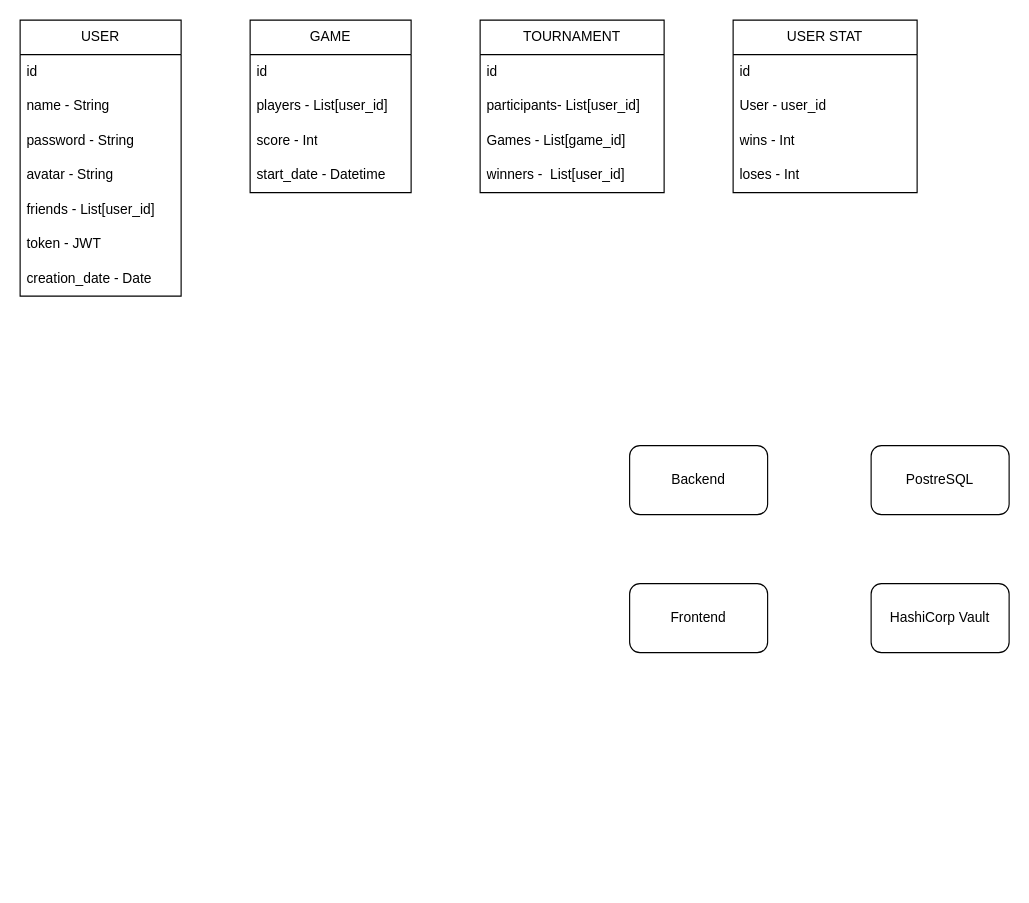
The draw.io diagram docs/arch.drawio in vasilisalmpanis/ft_trancendence, before the edit. Source tidied: cells renumbered, new cells numbered last; positions are measured from the earlier drawing's top-left corner, leaving out a move shared by most shapes. Both pictures are drawn from the tidied source at 115%, with x=0, y=0 at pixel (20, 20).
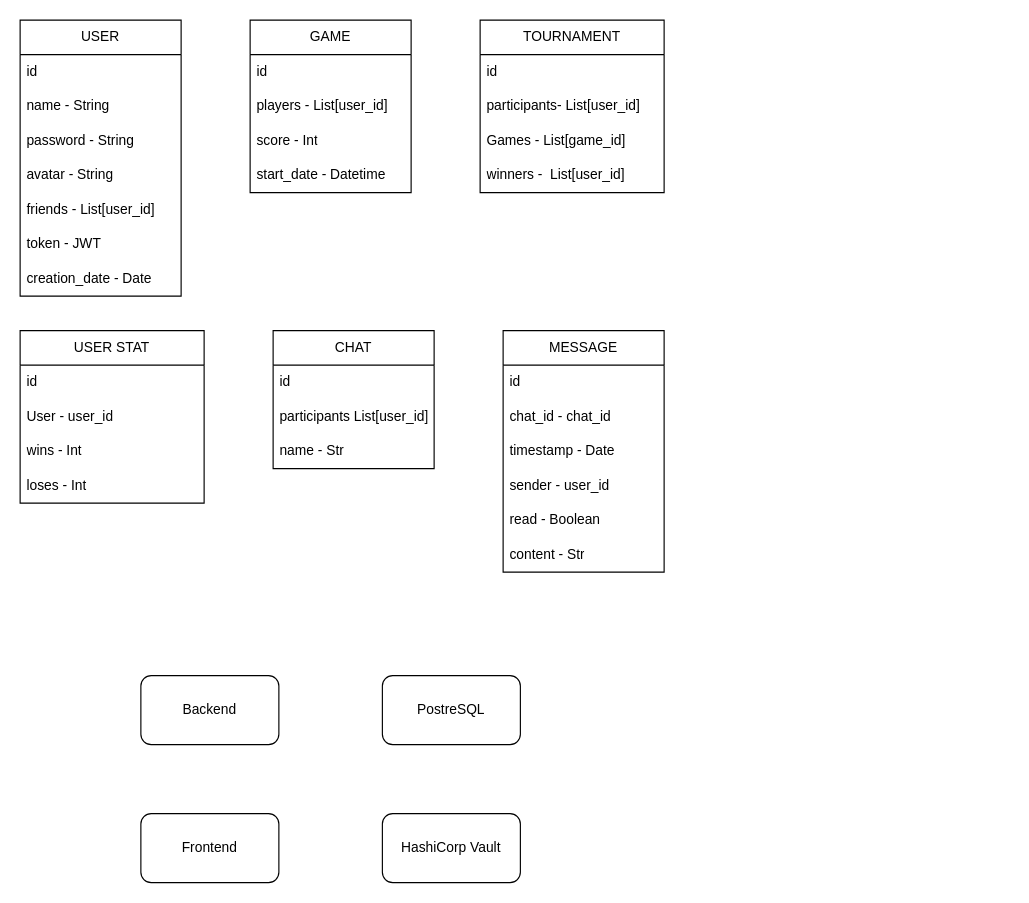
The same diagram, later.

What changed in the source:
```diff
@@
     <mxCell id="2" value="PostreSQL" style="rounded=1;whiteSpace=wrap;html=1;" parent="1" vertex="1">
-      <mxGeometry x="740" y="370" width="120" height="60" as="geometry" />
+      <mxGeometry x="315" y="570" width="120" height="60" as="geometry" />
     </mxCell>
     <mxCell id="3" value="Backend" style="rounded=1;whiteSpace=wrap;html=1;" parent="1" vertex="1">
-      <mxGeometry x="530" y="370" width="120" height="60" as="geometry" />
+      <mxGeometry x="105" y="570" width="120" height="60" as="geometry" />
     </mxCell>
     <mxCell id="4" value="Frontend" style="rounded=1;whiteSpace=wrap;html=1;" parent="1" vertex="1">
-      <mxGeometry x="530" y="490" width="120" height="60" as="geometry" />
+      <mxGeometry x="105" y="690" width="120" height="60" as="geometry" />
     </mxCell>
@@
     <mxCell id="23" value="HashiCorp Vault" style="rounded=1;whiteSpace=wrap;html=1;" parent="1" vertex="1">
-      <mxGeometry x="740" y="490" width="120" height="60" as="geometry" />
+      <mxGeometry x="315" y="690" width="120" height="60" as="geometry" />
     </mxCell>
     <mxCell id="24" value="USER STAT" style="swimlane;fontStyle=0;horizontal=1;startSize=30;whiteSpace=wrap;html=1;" parent="1" vertex="1">
-      <mxGeometry x="620" width="160" height="150" as="geometry" />
+      <mxGeometry y="270" width="160" height="150" as="geometry" />
     </mxCell>
@@
+    <mxCell id="29" value="CHAT" style="swimlane;fontStyle=0;horizontal=1;startSize=30;whiteSpace=wrap;html=1;" parent="1" vertex="1">
+      <mxGeometry x="220" y="270" width="140" height="120" as="geometry" />
+    </mxCell>
+    <mxCell id="30" value="id&amp;nbsp;" style="text;strokeColor=none;fillColor=none;align=left;verticalAlign=middle;spacingLeft=4;spacingRight=4;overflow=hidden;whiteSpace=wrap;html=1;" parent="29" vertex="1">
+      <mxGeometry y="30" width="140" height="30" as="geometry" />
+    </mxCell>
+    <mxCell id="31" value="participants List[user_id]" style="text;strokeColor=none;fillColor=none;align=left;verticalAlign=middle;spacingLeft=4;spacingRight=4;overflow=hidden;whiteSpace=wrap;html=1;" parent="29" vertex="1">
+      <mxGeometry y="60" width="140" height="30" as="geometry" />
+    </mxCell>
+    <mxCell id="32" value="name - Str" style="text;strokeColor=none;fillColor=none;align=left;verticalAlign=middle;spacingLeft=4;spacingRight=4;overflow=hidden;whiteSpace=wrap;html=1;" parent="29" vertex="1">
+      <mxGeometry y="90" width="140" height="30" as="geometry" />
+    </mxCell>
+    <mxCell id="33" value="MESSAGE" style="swimlane;fontStyle=0;horizontal=1;startSize=30;whiteSpace=wrap;html=1;" parent="1" vertex="1">
+      <mxGeometry x="420" y="270" width="140" height="210" as="geometry" />
+    </mxCell>
+    <mxCell id="34" value="id&amp;nbsp;" style="text;strokeColor=none;fillColor=none;align=left;verticalAlign=middle;spacingLeft=4;spacingRight=4;overflow=hidden;whiteSpace=wrap;html=1;" parent="33" vertex="1">
+      <mxGeometry y="30" width="140" height="30" as="geometry" />
+    </mxCell>
+    <mxCell id="35" value="chat_id - chat_id" style="text;strokeColor=none;fillColor=none;align=left;verticalAlign=middle;spacingLeft=4;spacingRight=4;overflow=hidden;whiteSpace=wrap;html=1;" parent="33" vertex="1">
+      <mxGeometry y="60" width="140" height="30" as="geometry" />
+    </mxCell>
+    <mxCell id="36" value="timestamp - Date" style="text;strokeColor=none;fillColor=none;align=left;verticalAlign=middle;spacingLeft=4;spacingRight=4;overflow=hidden;whiteSpace=wrap;html=1;" parent="33" vertex="1">
+      <mxGeometry y="90" width="140" height="30" as="geometry" />
+    </mxCell>
+    <mxCell id="37" value="sender - user_id" style="text;strokeColor=none;fillColor=none;align=left;verticalAlign=middle;spacingLeft=4;spacingRight=4;overflow=hidden;whiteSpace=wrap;html=1;" parent="33" vertex="1">
+      <mxGeometry y="120" width="140" height="30" as="geometry" />
+    </mxCell>
+    <mxCell id="38" value="read - Boolean" style="text;strokeColor=none;fillColor=none;align=left;verticalAlign=middle;spacingLeft=4;spacingRight=4;overflow=hidden;whiteSpace=wrap;html=1;" parent="33" vertex="1">
+      <mxGeometry y="150" width="140" height="30" as="geometry" />
+    </mxCell>
+    <mxCell id="39" value="content - Str" style="text;strokeColor=none;fillColor=none;align=left;verticalAlign=middle;spacingLeft=4;spacingRight=4;overflow=hidden;whiteSpace=wrap;html=1;" parent="33" vertex="1">
+      <mxGeometry y="180" width="140" height="30" as="geometry" />
+    </mxCell>
```
